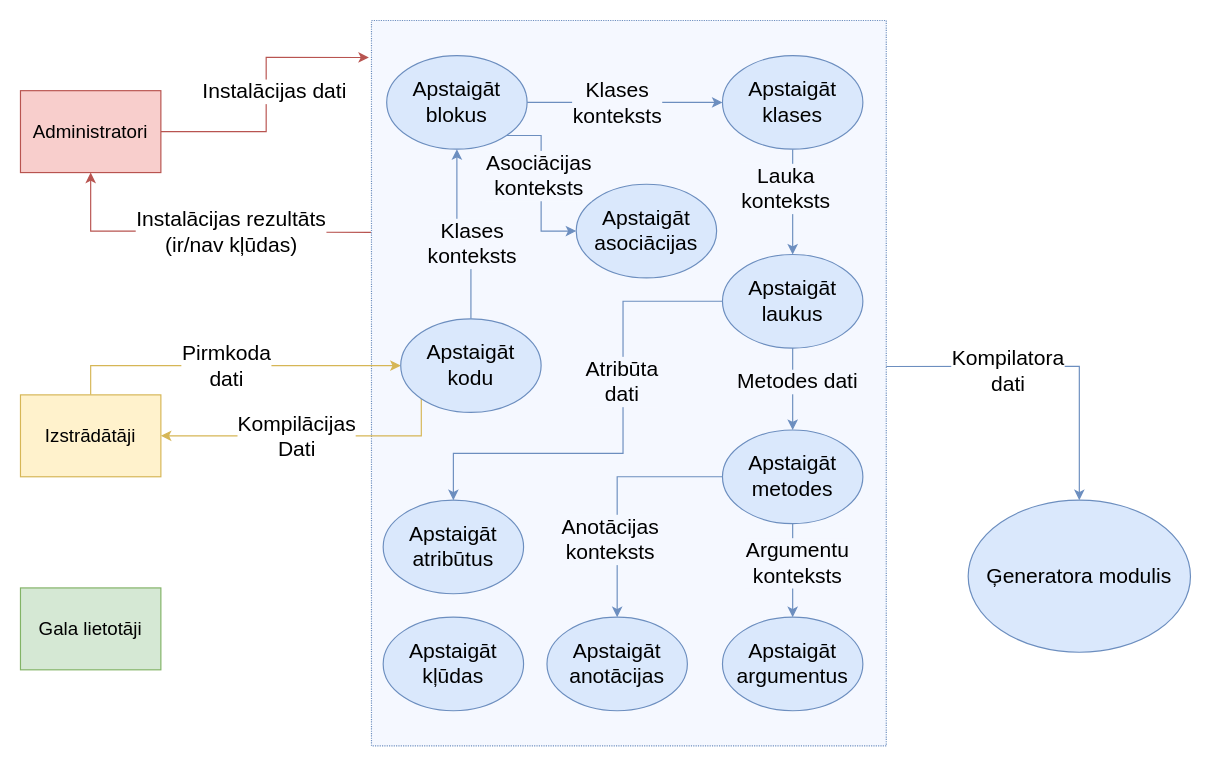
Before: page "Kompilators" (4 of 9) of src/Kvalifikacijas darbs/Diagrammas/DPD.drawio in artiks12/webAppOS, a draw.io diagram. Source tidied: cells renumbered, new cells numbered last; positions are measured from the earlier drawing's top-left corner, leaving out a move shared by most shapes. Both pictures are drawn from the tidied source at 117%, with x=0, y=0 at pixel (20, 20).
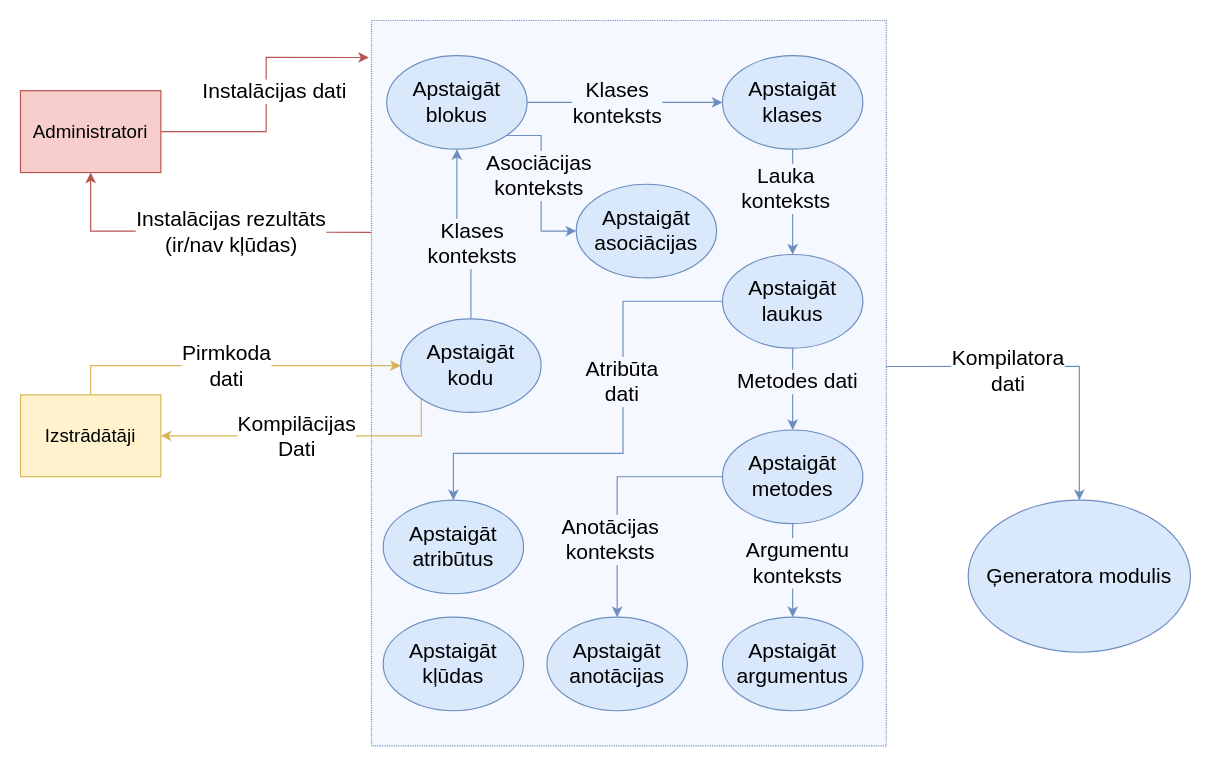
The same page after the edit.

What changed in the source:
```diff
@@
-    <mxCell id="23" value="&lt;font size=&quot;3&quot;&gt;Gala lietotāji&lt;/font&gt;" style="rounded=0;whiteSpace=wrap;html=1;fillColor=#d5e8d4;strokeColor=#82b366;" parent="1" vertex="1">
-      <mxGeometry y="485" width="120" height="70" as="geometry" />
-    </mxCell>
```
